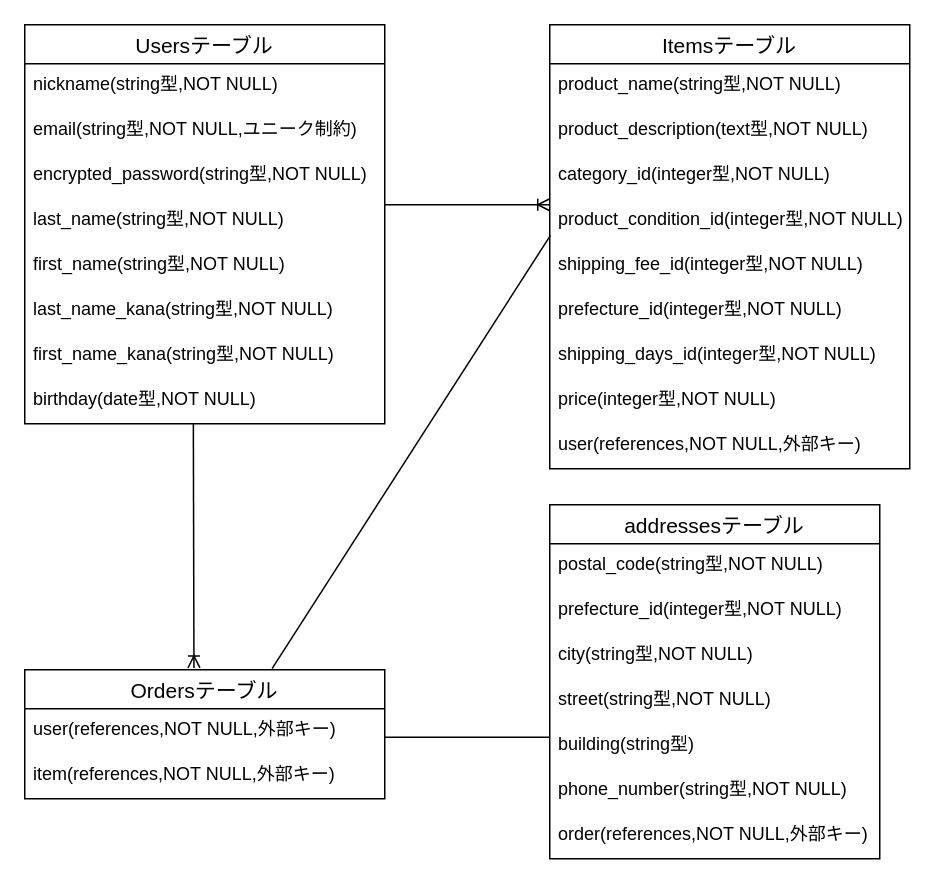
Earlier version of the draw.io diagram furima.dio (korea0701/furima-40589). Source tidied: cells renumbered, new cells numbered last; positions are measured from the earlier drawing's top-left corner, leaving out a move shared by most shapes. Both pictures are drawn from the tidied source at 150%, with x=0, y=0 at pixel (24, 24).
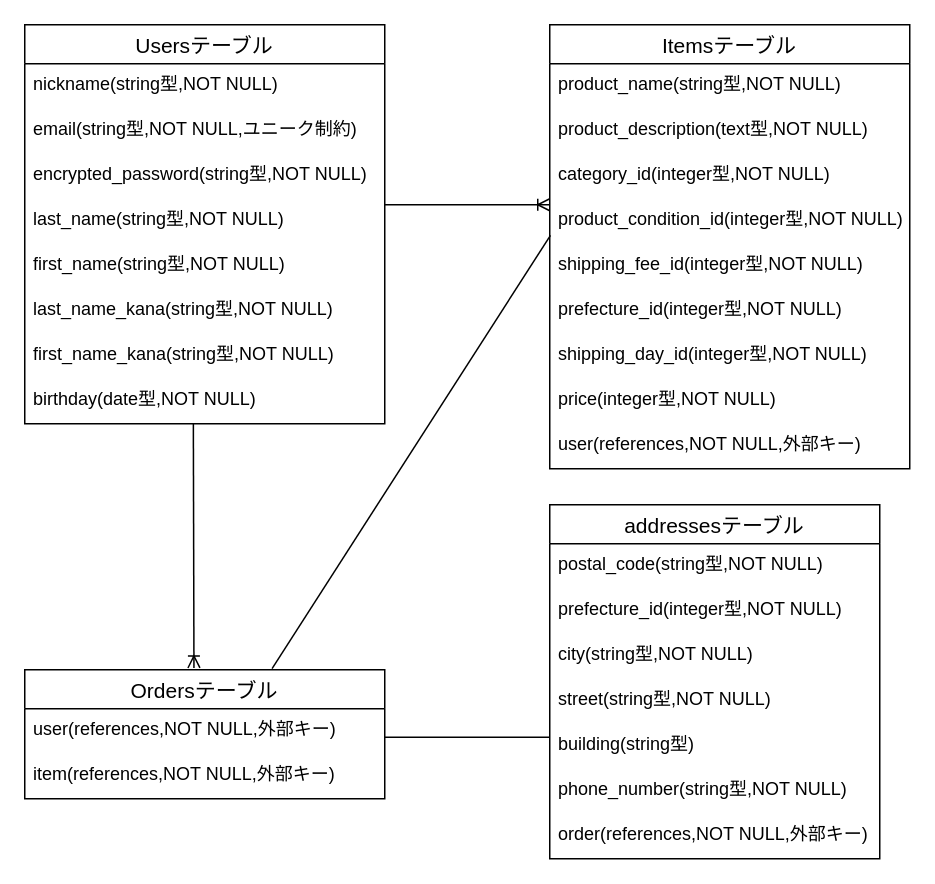
The same page after the edit.

Commit message (it also covers changes not shown here):
修正依頼による3度目の修正

Unchanged cells that the change refers to:
```xml
<mxCell id="11" value="Itemsテーブル" style="swimlane;fontStyle=0;horizontal=1;startSize=26;align=center;fontSize=14;" parent="1" vertex="1">
  <mxGeometry x="350" width="240" height="296" as="geometry" />
</mxCell>
```

Change to the diagram source:
```diff
@@
-    <mxCell id="18" value="shipping_days_id(integer型,NOT NULL)" style="text;strokeColor=none;fillColor=none;spacingLeft=4;spacingRight=4;overflow=hidden;fontSize=12;" parent="11" vertex="1">
+    <mxCell id="18" value="shipping_day_id(integer型,NOT NULL)" style="text;strokeColor=none;fillColor=none;spacingLeft=4;spacingRight=4;overflow=hidden;fontSize=12;" parent="11" vertex="1">
       <mxGeometry y="206" width="240" height="30" as="geometry" />
     </mxCell>
```
